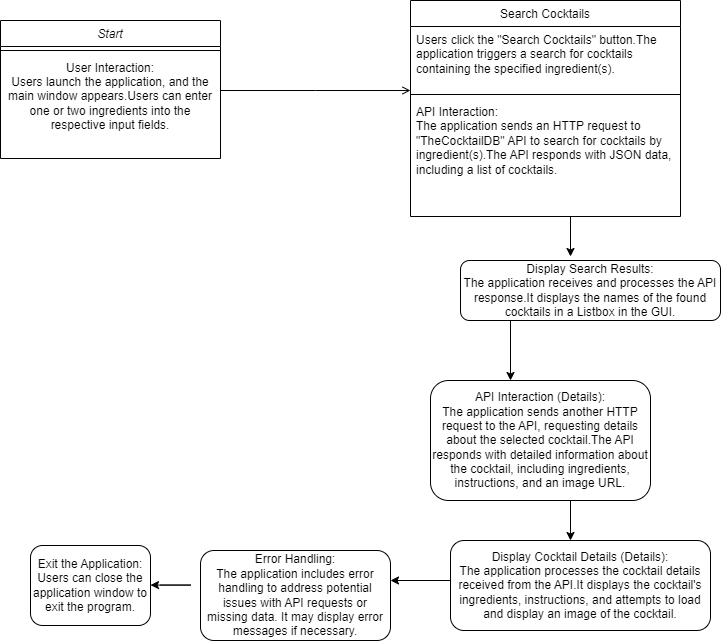
Before: Shake_It_Up/FlowDiagram.png, a diagram exported from draw.io (MiaaPanda/Final-Project-Shake-It-Up). Source tidied: cells renumbered, new cells last; positions are measured from the earlier drawing's top-left corner, leaving out a move shared by most shapes.
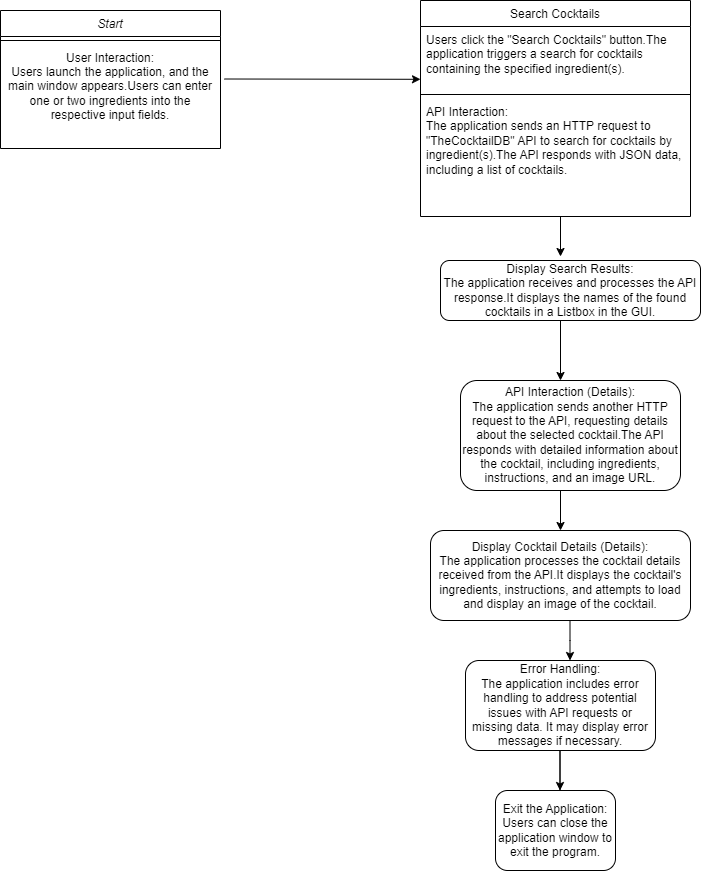
The same file after the commit.

What changed in the source:
```diff
@@ -3,7 +3,7 @@
     <mxCell id="0" />
     <mxCell id="1" parent="0" />
     <mxCell id="2" value="Start" style="swimlane;fontStyle=2;align=center;verticalAlign=top;horizontal=1;startSize=26;rounded=0;shadow=0;strokeWidth=1;" parent="1" vertex="1">
-      <mxGeometry y="20" width="220" height="138" as="geometry" />
+      <mxGeometry y="-90" width="220" height="138" as="geometry" />
     </mxCell>
     <mxCell id="3" style="line;html=1;strokeWidth=1;align=left;verticalAlign=middle;spacingTop=-1;spacingLeft=3;spacingRight=3;labelPosition=right;" parent="2" vertex="1">
       <mxGeometry y="26" width="220" height="8" as="geometry" />
@@ -12,7 +12,7 @@
       <mxGeometry y="34" width="220" height="84" as="geometry" />
     </mxCell>
     <mxCell id="5" value="Search Cocktails" style="swimlane;fontStyle=0;align=center;verticalAlign=top;horizontal=1;startSize=26;rounded=0;shadow=0;strokeWidth=1;" parent="1" vertex="1">
-      <mxGeometry x="410" width="270" height="216" as="geometry" />
+      <mxGeometry x="420" y="-100" width="270" height="216" as="geometry" />
     </mxCell>
     <mxCell id="6" value="Users click the &quot;Search Cocktails&quot; button.The application triggers a search for cocktails containing the specified ingredient(s)." style="text;align=left;verticalAlign=top;spacingLeft=4;spacingRight=4;overflow=hidden;rounded=0;shadow=0;html=0;whiteSpace=wrap;" parent="5" vertex="1">
       <mxGeometry y="26" width="270" height="64" as="geometry" />
@@ -23,69 +23,69 @@
     <mxCell id="8" value="API Interaction:&#10;The application sends an HTTP request to &quot;TheCocktailDB&quot; API to search for cocktails by ingredient(s).The API responds with JSON data, including a list of cocktails." style="text;align=left;verticalAlign=top;spacingLeft=4;spacingRight=4;overflow=hidden;whiteSpace=wrap;" parent="5" vertex="1">
       <mxGeometry y="98" width="270" height="102" as="geometry" />
     </mxCell>
-    <mxCell id="9" style="endArrow=open;shadow=0;strokeWidth=1;rounded=0;endFill=1;edgeStyle=elbowEdgeStyle;elbow=vertical;" parent="1" edge="1" source="2">
-      <mxGeometry x="0.5" y="41" relative="1" as="geometry">
-        <mxPoint x="410" y="90" as="targetPoint" />
-        <mxPoint x="-40" y="32" as="offset" />
-      </mxGeometry>
-    </mxCell>
     <mxCell id="10" style="endArrow=classic;html=1;rounded=0;" parent="1" edge="1">
       <mxGeometry relative="1" as="geometry">
-        <mxPoint x="570" y="216" as="sourcePoint" />
-        <mxPoint x="570" y="256" as="targetPoint" />
+        <mxPoint x="560" y="116" as="sourcePoint" />
+        <mxPoint x="560" y="156" as="targetPoint" />
       </mxGeometry>
     </mxCell>
     <mxCell id="11" value="Display Search Results:&#10;The application receives and processes the API response.It displays the names of the found cocktails in a Listbox in the GUI." style="rounded=1;whiteSpace=wrap;" parent="1" vertex="1">
-      <mxGeometry x="460" y="260" width="260" height="60" as="geometry" />
+      <mxGeometry x="440" y="160" width="260" height="60" as="geometry" />
     </mxCell>
     <mxCell id="12" style="endArrow=classic;html=1;rounded=0;" parent="1" edge="1">
       <mxGeometry relative="1" as="geometry">
-        <mxPoint x="510" y="350" as="sourcePoint" />
-        <mxPoint x="510" y="380" as="targetPoint" />
+        <mxPoint x="560" y="250" as="sourcePoint" />
+        <mxPoint x="560" y="280" as="targetPoint" />
         <Array as="points">
-          <mxPoint x="510" y="320" />
+          <mxPoint x="560" y="220" />
         </Array>
       </mxGeometry>
     </mxCell>
     <mxCell id="13" value="API Interaction (Details):&#10;The application sends another HTTP request to the API, requesting details about the selected cocktail.The API responds with detailed information about the cocktail, including ingredients, instructions, and an image URL." style="rounded=1;whiteSpace=wrap;" parent="1" vertex="1">
-      <mxGeometry x="430" y="380" width="220" height="120" as="geometry" />
+      <mxGeometry x="460" y="280" width="220" height="110" as="geometry" />
     </mxCell>
     <mxCell id="14" style="endArrow=classic;html=1;rounded=0;" parent="1" edge="1">
       <mxGeometry relative="1" as="geometry">
-        <mxPoint x="570" y="510" as="sourcePoint" />
-        <mxPoint x="570" y="540" as="targetPoint" />
+        <mxPoint x="560" y="400" as="sourcePoint" />
+        <mxPoint x="560" y="430" as="targetPoint" />
         <Array as="points">
-          <mxPoint x="570" y="510" />
-          <mxPoint x="570" y="500" />
+          <mxPoint x="560" y="400" />
+          <mxPoint x="560" y="390" />
         </Array>
       </mxGeometry>
     </mxCell>
     <mxCell id="15" value="Display Cocktail Details (Details):&#10;The application processes the cocktail details received from the API.It displays the cocktail's ingredients, instructions, and attempts to load and display an image of the cocktail." style="rounded=1;whiteSpace=wrap;" parent="1" vertex="1">
-      <mxGeometry x="450" y="540" width="260" height="90" as="geometry" />
+      <mxGeometry x="430" y="430" width="260" height="90" as="geometry" />
     </mxCell>
-    <mxCell id="16" style="endArrow=classic;html=1;rounded=0;" parent="1" edge="1">
-      <mxGeometry relative="1" as="geometry">
-        <mxPoint x="428" y="580" as="sourcePoint" />
-        <mxPoint x="390" y="580" as="targetPoint" />
-        <Array as="points">
-          <mxPoint x="450" y="580" />
-        </Array>
-      </mxGeometry>
-    </mxCell>
     <mxCell id="17" value="Error Handling:&#10;The application includes error handling to address potential issues with API requests or missing data. It may display error messages if necessary." style="rounded=1;whiteSpace=wrap;" parent="1" vertex="1">
-      <mxGeometry x="200" y="550" width="190" height="90" as="geometry" />
+      <mxGeometry x="465" y="560" width="190" height="90" as="geometry" />
     </mxCell>
-    <mxCell id="18" style="endArrow=classic;html=1;rounded=0;" parent="1" edge="1">
-      <mxGeometry relative="1" as="geometry">
-        <mxPoint x="160" y="584.6" as="sourcePoint" />
-        <mxPoint x="150" y="584.6" as="targetPoint" />
-        <Array as="points">
-          <mxPoint x="190" y="584.6" />
-        </Array>
-      </mxGeometry>
-    </mxCell>
     <mxCell id="19" value="Exit the Application:&#10;Users can close the application window to exit the program." style="rounded=1;whiteSpace=wrap;" parent="1" vertex="1">
-      <mxGeometry x="30" y="545" width="120" height="80" as="geometry" />
+      <mxGeometry x="495" y="690" width="120" height="80" as="geometry" />
     </mxCell>
+    <mxCell id="20" style="endArrow=classic;html=1;rounded=0;exitX=1.017;exitY=0.306;exitDx=0;exitDy=0;exitPerimeter=0;" parent="1" edge="1">
+      <mxGeometry relative="1" as="geometry">
+        <mxPoint x="223.7" y="-21.5" as="sourcePoint" />
+        <mxPoint x="420" y="-21.2" as="targetPoint" />
+      </mxGeometry>
+    </mxCell>
+    <mxCell id="21" style="endArrow=classic;html=1;rounded=0;" parent="1" edge="1">
+      <mxGeometry relative="1" as="geometry">
+        <mxPoint x="569.5" y="520" as="sourcePoint" />
+        <mxPoint x="569.5" y="560" as="targetPoint" />
+        <Array as="points">
+          <mxPoint x="569.5" y="540" />
+        </Array>
+      </mxGeometry>
+    </mxCell>
+    <mxCell id="22" style="endArrow=classic;html=1;rounded=0;" parent="1" edge="1">
+      <mxGeometry relative="1" as="geometry">
+        <mxPoint x="559.5" y="690" as="sourcePoint" />
+        <mxPoint x="559.5" y="690" as="targetPoint" />
+        <Array as="points">
+          <mxPoint x="559.5" y="650" />
+        </Array>
+      </mxGeometry>
+    </mxCell>
   </root>
 </mxGraphModel>
```
